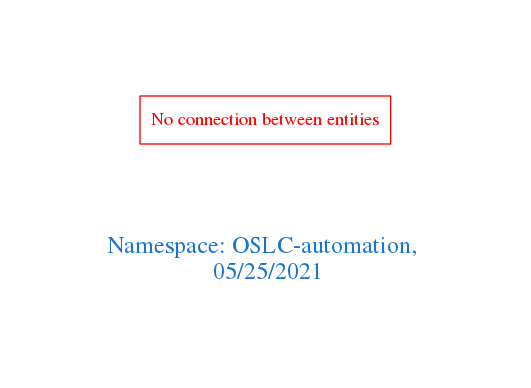
Above: downloads/OSLC-automation.png in arago/OGIT (Graphviz), before the change. Its source is kept beside it as downloads/OSLC-automation.dot.
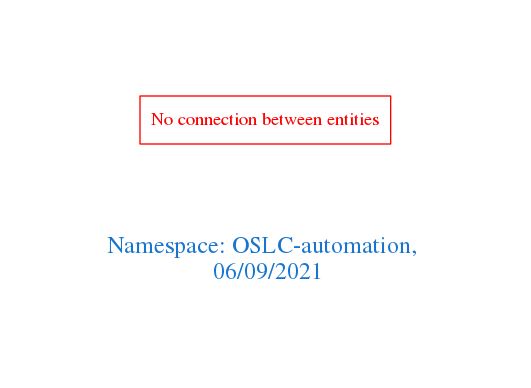
The same file after the commit.

Change to the diagram source:
```diff
@@ -1,7 +1,7 @@
 digraph OGIT_ontology {
  graph [ rankdir= LR,pad=1
 fontsize = 18,
-fontcolor= dodgerblue3,label = "\n\n\nNamespace: OSLC-automation, \n 05/25/2021"];
+fontcolor= dodgerblue3,label = "\n\n\nNamespace: OSLC-automation, \n 06/09/2021"];
 node[shape=polygon];
 edge [  color="gray81"];
 
```
